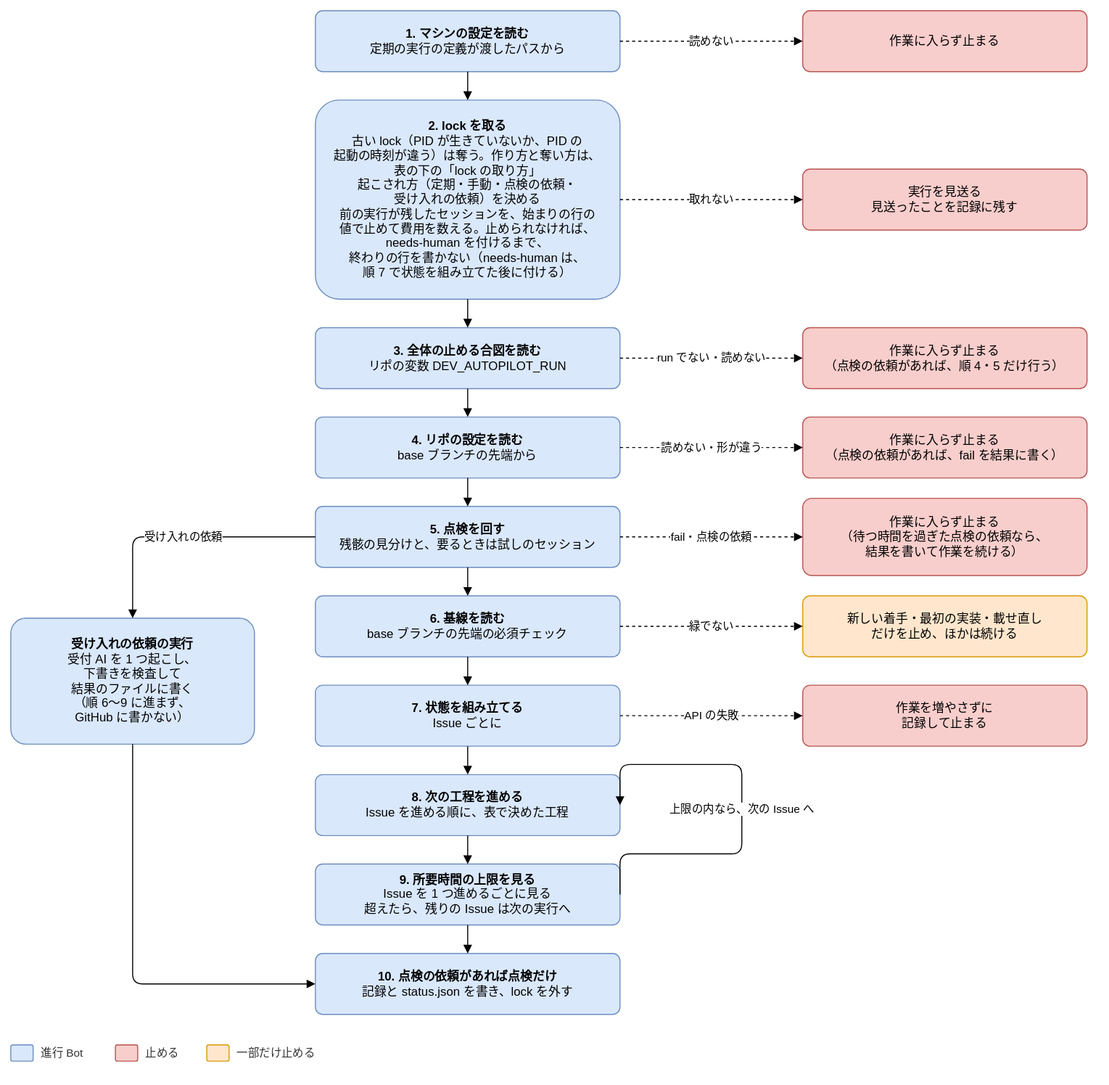
Above: docs/design/basic/diagrams/02-run-flow.drawio.svg in Joymerrevent/dev-autopilot (draw.io), before the change. Source tidied: cells renumbered, new cells last; positions are measured from the earlier drawing's top-left corner, leaving out a move shared by most shapes.
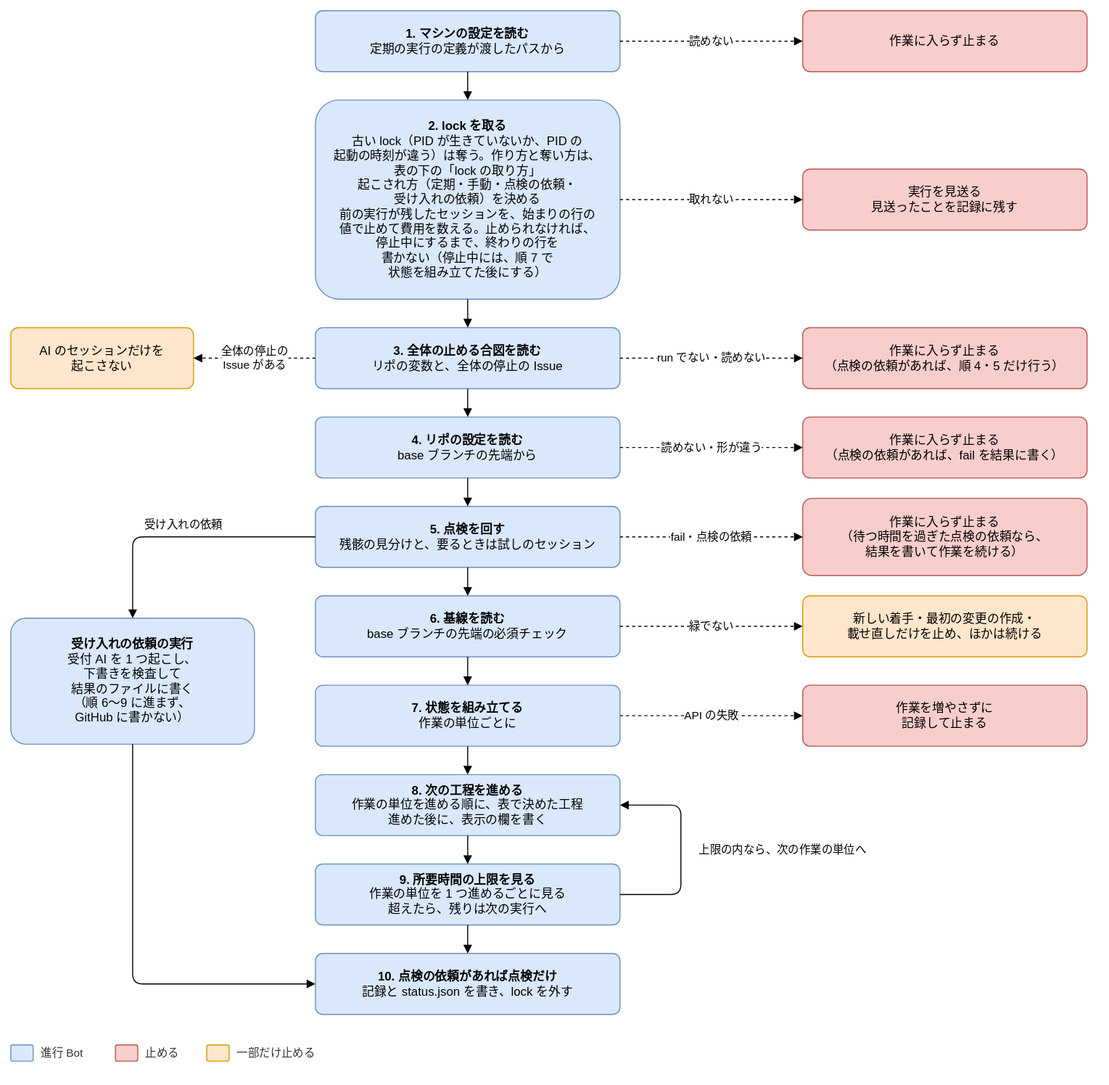
The same diagram one commit later.

What changed in the source:
```diff
@@ -11,7 +11,7 @@
     <mxCell id="4" value="読めない" style="edgeStyle=orthogonalEdgeStyle;rounded=1;html=1;endArrow=block;endFill=1;fontSize=11;labelBackgroundColor=#ffffff;dashed=1;exitX=1;exitY=0.5;exitDx=0;exitDy=0;entryX=0;entryY=0.5;entryDx=0;entryDy=0;" parent="1" edge="1" source="2" target="3">
       <mxGeometry relative="1" as="geometry" />
     </mxCell>
-    <mxCell id="5" value="&lt;b&gt;2. lock を取る&lt;/b&gt;&lt;br&gt;古い lock（PID が生きていないか、PID の&lt;br&gt;起動の時刻が違う）は奪う。作り方と奪い方は、&lt;br&gt;表の下の「lock の取り方」&lt;br&gt;起こされ方（定期・手動・点検の依頼・&lt;br&gt;受け入れの依頼）を決める&lt;br&gt;前の実行が残したセッションを、始まりの行の&lt;br&gt;値で止めて費用を数える。止められなければ、&lt;br&gt;needs-human を付けるまで、&lt;br&gt;終わりの行を書かない（needs-human は、&lt;br&gt;順 7 で状態を組み立てた後に付ける）" style="rounded=1;whiteSpace=wrap;html=1;fontSize=12;arcSize=12;spacing=12;fillColor=#dae8fc;strokeColor=#6c8ebf;" parent="1" vertex="1">
+    <mxCell id="5" value="&lt;b&gt;2. lock を取る&lt;/b&gt;&lt;br&gt;古い lock（PID が生きていないか、PID の&lt;br&gt;起動の時刻が違う）は奪う。作り方と奪い方は、&lt;br&gt;表の下の「lock の取り方」&lt;br&gt;起こされ方（定期・手動・点検の依頼・&lt;br&gt;受け入れの依頼）を決める&lt;br&gt;前の実行が残したセッションを、始まりの行の&lt;br&gt;値で止めて費用を数える。止められなければ、&lt;br&gt;停止中にするまで、終わりの行を&lt;br&gt;書かない（停止中には、順 7 で&lt;br&gt;状態を組み立てた後にする）" style="rounded=1;whiteSpace=wrap;html=1;fontSize=12;arcSize=12;spacing=12;fillColor=#dae8fc;strokeColor=#6c8ebf;" parent="1" vertex="1">
       <mxGeometry x="300" y="88" width="300" height="196" as="geometry" />
     </mxCell>
     <mxCell id="6" style="edgeStyle=orthogonalEdgeStyle;rounded=1;html=1;endArrow=block;endFill=1;fontSize=11;labelBackgroundColor=#ffffff;exitX=0.5;exitY=1;exitDx=0;exitDy=0;entryX=0.5;entryY=0;entryDx=0;entryDy=0;" parent="1" edge="1" source="2" target="5">
@@ -23,7 +23,7 @@
     <mxCell id="8" value="取れない" style="edgeStyle=orthogonalEdgeStyle;rounded=1;html=1;endArrow=block;endFill=1;fontSize=11;labelBackgroundColor=#ffffff;dashed=1;exitX=1;exitY=0.5;exitDx=0;exitDy=0;entryX=0;entryY=0.5;entryDx=0;entryDy=0;" parent="1" edge="1" source="5" target="7">
       <mxGeometry relative="1" as="geometry" />
     </mxCell>
-    <mxCell id="9" value="&lt;b&gt;3. 全体の止める合図を読む&lt;/b&gt;&lt;br&gt;リポの変数 DEV_AUTOPILOT_RUN" style="rounded=1;whiteSpace=wrap;html=1;fontSize=12;arcSize=12;spacing=12;fillColor=#dae8fc;strokeColor=#6c8ebf;" parent="1" vertex="1">
+    <mxCell id="9" value="&lt;b&gt;3. 全体の止める合図を読む&lt;/b&gt;&lt;br&gt;リポの変数と、全体の停止の Issue" style="rounded=1;whiteSpace=wrap;html=1;fontSize=12;arcSize=12;spacing=12;fillColor=#dae8fc;strokeColor=#6c8ebf;" parent="1" vertex="1">
       <mxGeometry x="300" y="312" width="300" height="60" as="geometry" />
     </mxCell>
     <mxCell id="10" style="edgeStyle=orthogonalEdgeStyle;rounded=1;html=1;endArrow=block;endFill=1;fontSize=11;labelBackgroundColor=#ffffff;exitX=0.5;exitY=1;exitDx=0;exitDy=0;entryX=0.5;entryY=0;entryDx=0;entryDy=0;" parent="1" edge="1" source="5" target="9">
@@ -65,13 +65,13 @@
     <mxCell id="22" style="edgeStyle=orthogonalEdgeStyle;rounded=1;html=1;endArrow=block;endFill=1;fontSize=11;labelBackgroundColor=#ffffff;exitX=0.5;exitY=1;exitDx=0;exitDy=0;entryX=0.5;entryY=0;entryDx=0;entryDy=0;" parent="1" edge="1" source="17" target="21">
       <mxGeometry relative="1" as="geometry" />
     </mxCell>
-    <mxCell id="23" value="新しい着手・最初の実装・載せ直し&lt;br&gt;だけを止め、ほかは続ける" style="rounded=1;whiteSpace=wrap;html=1;fontSize=12;arcSize=12;spacing=12;fillColor=#ffe6cc;strokeColor=#d79b00;" parent="1" vertex="1">
+    <mxCell id="23" value="新しい着手・最初の変更の作成・&lt;br&gt;載せ直しだけを止め、ほかは続ける" style="rounded=1;whiteSpace=wrap;html=1;fontSize=12;arcSize=12;spacing=12;fillColor=#ffe6cc;strokeColor=#d79b00;" parent="1" vertex="1">
       <mxGeometry x="780" y="576" width="280" height="60" as="geometry" />
     </mxCell>
     <mxCell id="24" value="緑でない" style="edgeStyle=orthogonalEdgeStyle;rounded=1;html=1;endArrow=block;endFill=1;fontSize=11;labelBackgroundColor=#ffffff;dashed=1;exitX=1;exitY=0.5;exitDx=0;exitDy=0;entryX=0;entryY=0.5;entryDx=0;entryDy=0;" parent="1" edge="1" source="21" target="23">
       <mxGeometry relative="1" as="geometry" />
     </mxCell>
-    <mxCell id="25" value="&lt;b&gt;7. 状態を組み立てる&lt;/b&gt;&lt;br&gt;Issue ごとに" style="rounded=1;whiteSpace=wrap;html=1;fontSize=12;arcSize=12;spacing=12;fillColor=#dae8fc;strokeColor=#6c8ebf;" parent="1" vertex="1">
+    <mxCell id="25" value="&lt;b&gt;7. 状態を組み立てる&lt;/b&gt;&lt;br&gt;作業の単位ごとに" style="rounded=1;whiteSpace=wrap;html=1;fontSize=12;arcSize=12;spacing=12;fillColor=#dae8fc;strokeColor=#6c8ebf;" parent="1" vertex="1">
       <mxGeometry x="300" y="664" width="300" height="60" as="geometry" />
     </mxCell>
     <mxCell id="26" style="edgeStyle=orthogonalEdgeStyle;rounded=1;html=1;endArrow=block;endFill=1;fontSize=11;labelBackgroundColor=#ffffff;exitX=0.5;exitY=1;exitDx=0;exitDy=0;entryX=0.5;entryY=0;entryDx=0;entryDy=0;" parent="1" edge="1" source="21" target="25">
@@ -83,13 +83,13 @@
     <mxCell id="28" value="API の失敗" style="edgeStyle=orthogonalEdgeStyle;rounded=1;html=1;endArrow=block;endFill=1;fontSize=11;labelBackgroundColor=#ffffff;dashed=1;exitX=1;exitY=0.5;exitDx=0;exitDy=0;entryX=0;entryY=0.5;entryDx=0;entryDy=0;" parent="1" edge="1" source="25" target="27">
       <mxGeometry relative="1" as="geometry" />
     </mxCell>
-    <mxCell id="29" value="&lt;b&gt;8. 次の工程を進める&lt;/b&gt;&lt;br&gt;Issue を進める順に、表で決めた工程" style="rounded=1;whiteSpace=wrap;html=1;fontSize=12;arcSize=12;spacing=12;fillColor=#dae8fc;strokeColor=#6c8ebf;" parent="1" vertex="1">
+    <mxCell id="29" value="&lt;b&gt;8. 次の工程を進める&lt;/b&gt;&lt;br&gt;作業の単位を進める順に、表で決めた工程&lt;br&gt;進めた後に、表示の欄を書く" style="rounded=1;whiteSpace=wrap;html=1;fontSize=12;arcSize=12;spacing=12;fillColor=#dae8fc;strokeColor=#6c8ebf;" parent="1" vertex="1">
       <mxGeometry x="300" y="752" width="300" height="60" as="geometry" />
     </mxCell>
     <mxCell id="30" style="edgeStyle=orthogonalEdgeStyle;rounded=1;html=1;endArrow=block;endFill=1;fontSize=11;labelBackgroundColor=#ffffff;exitX=0.5;exitY=1;exitDx=0;exitDy=0;entryX=0.5;entryY=0;entryDx=0;entryDy=0;" parent="1" edge="1" source="25" target="29">
       <mxGeometry relative="1" as="geometry" />
     </mxCell>
-    <mxCell id="31" value="&lt;b&gt;9. 所要時間の上限を見る&lt;/b&gt;&lt;br&gt;Issue を 1 つ進めるごとに見る&lt;br&gt;超えたら、残りの Issue は次の実行へ" style="rounded=1;whiteSpace=wrap;html=1;fontSize=12;arcSize=12;spacing=12;fillColor=#dae8fc;strokeColor=#6c8ebf;" parent="1" vertex="1">
+    <mxCell id="31" value="&lt;b&gt;9. 所要時間の上限を見る&lt;/b&gt;&lt;br&gt;作業の単位を 1 つ進めるごとに見る&lt;br&gt;超えたら、残りは次の実行へ" style="rounded=1;whiteSpace=wrap;html=1;fontSize=12;arcSize=12;spacing=12;fillColor=#dae8fc;strokeColor=#6c8ebf;" parent="1" vertex="1">
       <mxGeometry x="300" y="840" width="300" height="60" as="geometry" />
     </mxCell>
     <mxCell id="32" style="edgeStyle=orthogonalEdgeStyle;rounded=1;html=1;endArrow=block;endFill=1;fontSize=11;labelBackgroundColor=#ffffff;exitX=0.5;exitY=1;exitDx=0;exitDy=0;entryX=0.5;entryY=0;entryDx=0;entryDy=0;" parent="1" edge="1" source="29" target="31">
@@ -101,12 +101,13 @@
     <mxCell id="34" style="edgeStyle=orthogonalEdgeStyle;rounded=1;html=1;endArrow=block;endFill=1;fontSize=11;labelBackgroundColor=#ffffff;exitX=0.5;exitY=1;exitDx=0;exitDy=0;entryX=0.5;entryY=0;entryDx=0;entryDy=0;" parent="1" edge="1" source="31" target="33">
       <mxGeometry relative="1" as="geometry" />
     </mxCell>
-    <mxCell id="35" value="上限の内なら、次の Issue へ" style="edgeStyle=orthogonalEdgeStyle;rounded=1;html=1;endArrow=block;endFill=1;fontSize=11;labelBackgroundColor=#ffffff;exitX=1;exitY=0.5;exitDx=0;exitDy=0;entryX=1;entryY=0.5;entryDx=0;entryDy=0;" parent="1" edge="1" source="31" target="29">
+    <mxCell id="35" value="上限の内なら、次の作業の単位へ" style="edgeStyle=orthogonalEdgeStyle;rounded=1;html=1;endArrow=block;endFill=1;fontSize=11;labelBackgroundColor=#ffffff;exitX=1;exitY=0.5;exitDx=0;exitDy=0;entryX=1;entryY=0.5;entryDx=0;entryDy=0;" parent="1" edge="1" source="31" target="29">
       <mxGeometry relative="1" as="geometry">
         <Array as="points">
-          <mxPoint x="720" y="830" />
-          <mxPoint x="720" y="742" />
+          <mxPoint x="660" y="870" />
+          <mxPoint x="660" y="782" />
         </Array>
+        <mxPoint x="100" as="offset" />
       </mxGeometry>
     </mxCell>
     <mxCell id="36" style="rounded=1;whiteSpace=wrap;html=1;fontSize=12;arcSize=12;spacing=12;fillColor=#dae8fc;strokeColor=#6c8ebf;" parent="1" vertex="1">
@@ -131,10 +132,18 @@
       <mxGeometry y="598" width="240" height="124" as="geometry" />
     </mxCell>
     <mxCell id="43" value="受け入れの依頼" style="edgeStyle=orthogonalEdgeStyle;rounded=1;html=1;endArrow=block;endFill=1;fontSize=11;labelBackgroundColor=#ffffff;exitX=0;exitY=0.5;exitDx=0;exitDy=0;entryX=0.5;entryY=0;entryDx=0;entryDy=0;" parent="1" edge="1" source="17" target="42">
-      <mxGeometry relative="1" as="geometry" />
+      <mxGeometry relative="1" as="geometry">
+        <mxPoint y="-12" as="offset" />
+      </mxGeometry>
     </mxCell>
     <mxCell id="44" style="edgeStyle=orthogonalEdgeStyle;rounded=1;html=1;endArrow=block;endFill=1;fontSize=11;labelBackgroundColor=#ffffff;exitX=0.5;exitY=1;exitDx=0;exitDy=0;entryX=0;entryY=0.5;entryDx=0;entryDy=0;" parent="1" edge="1" source="42" target="33">
       <mxGeometry relative="1" as="geometry" />
     </mxCell>
+    <mxCell id="45" value="AI のセッションだけを&lt;br&gt;起こさない" style="rounded=1;whiteSpace=wrap;html=1;fontSize=12;arcSize=12;spacing=12;fillColor=#ffe6cc;strokeColor=#d79b00;" parent="1" vertex="1">
+      <mxGeometry y="312" width="180" height="60" as="geometry" />
+    </mxCell>
+    <mxCell id="46" value="全体の停止の&lt;br&gt;Issue がある" style="edgeStyle=orthogonalEdgeStyle;rounded=1;html=1;endArrow=block;endFill=1;fontSize=11;labelBackgroundColor=#ffffff;dashed=1;exitX=0;exitY=0.5;exitDx=0;exitDy=0;entryX=1;entryY=0.5;entryDx=0;entryDy=0;" parent="1" edge="1" source="9" target="45">
+      <mxGeometry relative="1" as="geometry" />
+    </mxCell>
   </root>
 </mxGraphModel>
```
